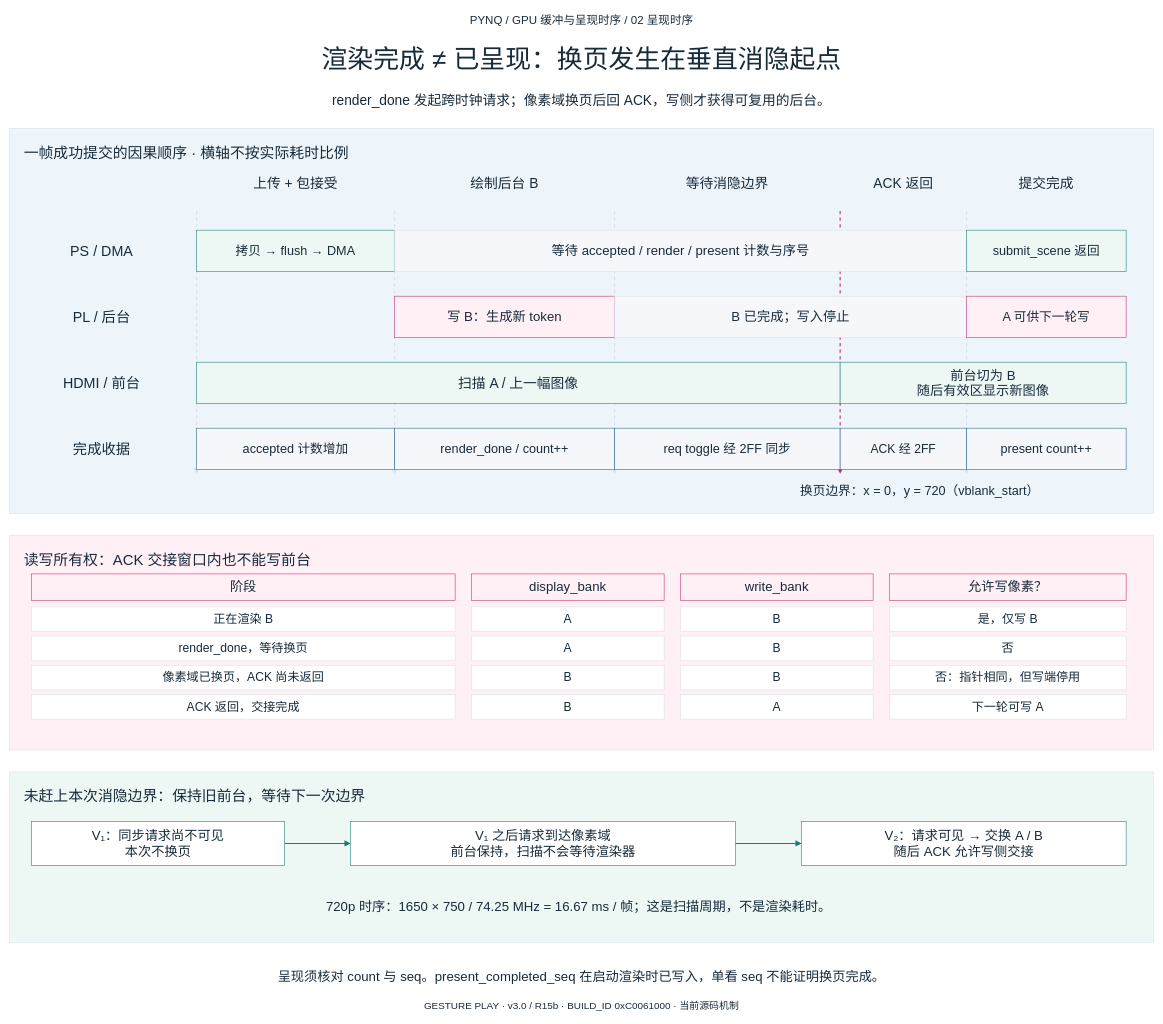
hyh2758832315/pynq-gesture-play keeps this draw.io diagram as project/report/figures/gpu_buffer_timing_handoff/figures/02_gpu_present_timing.drawio. Above is the earlier version. Source tidied: cells renumbered, new cells numbered last; positions are measured from the earlier drawing's top-left corner, leaving out a move shared by most shapes. Both pictures are drawn from the tidied source at 55%, with x=0, y=0 at pixel (9, 9).
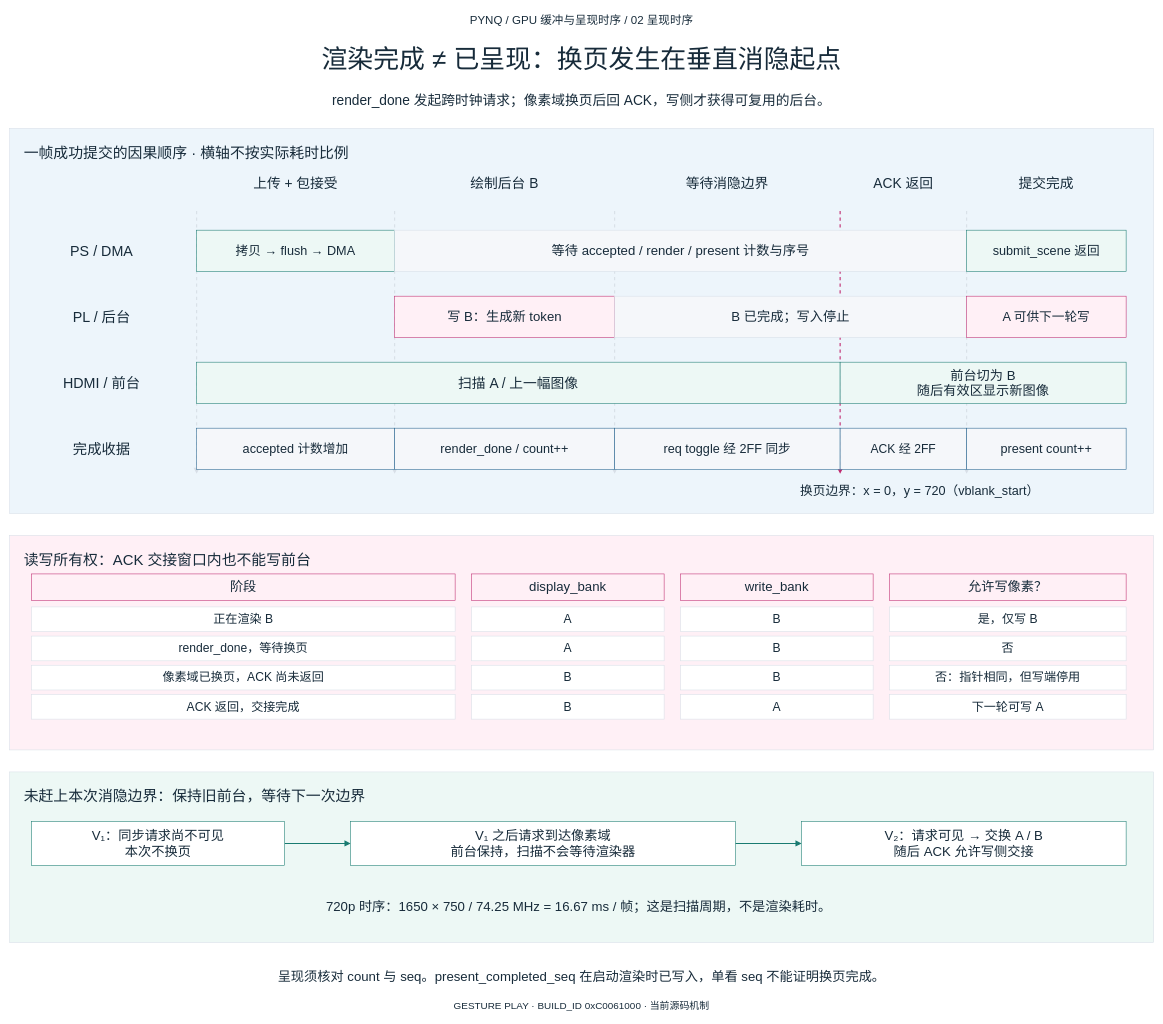
The same diagram, later.

Change to the diagram source:
```diff
@@
-    <mxCell id="15" value="GESTURE PLAY · v3.0 / R15b · BUILD_ID 0xC0061000 · 当前源码机制" style="rounded=0;whiteSpace=wrap;html=0;fillColor=#ffffff;strokeColor=#d8dfe7;fontColor=#172b3a;fontFamily=Microsoft YaHei;fontSize=18;spacing=12;fillColor=none;strokeColor=none;" parent="1" vertex="1">
+    <mxCell id="15" value="GESTURE PLAY · BUILD_ID 0xC0061000 · 当前源码机制" style="rounded=0;whiteSpace=wrap;html=0;fillColor=#ffffff;strokeColor=#d8dfe7;fontColor=#172b3a;fontFamily=Microsoft YaHei;fontSize=18;spacing=12;fillColor=none;strokeColor=none;" parent="1" vertex="1">
       <mxGeometry y="1795" width="2080" height="33" as="geometry" />
     </mxCell>
```
